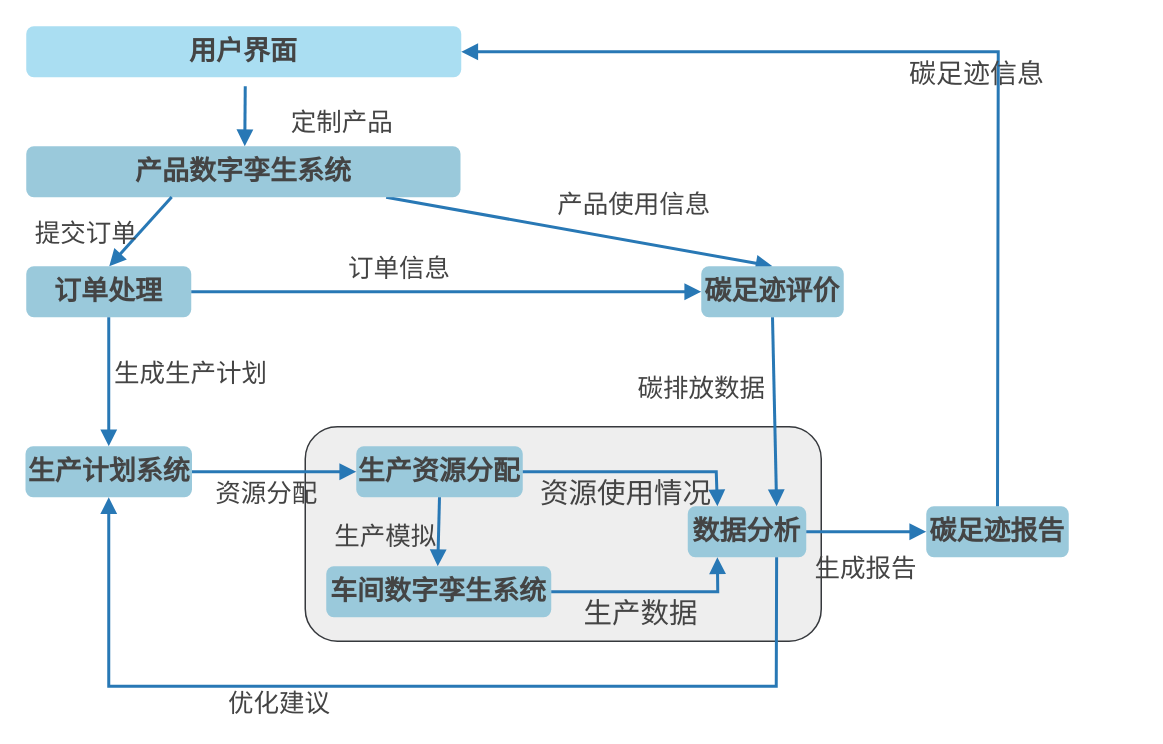
LFNing/General keeps this draw.io diagram as BB流程图.drawio. Above is the earlier version. Source tidied: cells renumbered, new cells numbered last; positions are measured from the earlier drawing's top-left corner, leaving out a move shared by most shapes. Both pictures are drawn from the tidied source at 150%, with x=0, y=0 at pixel (26, 26).
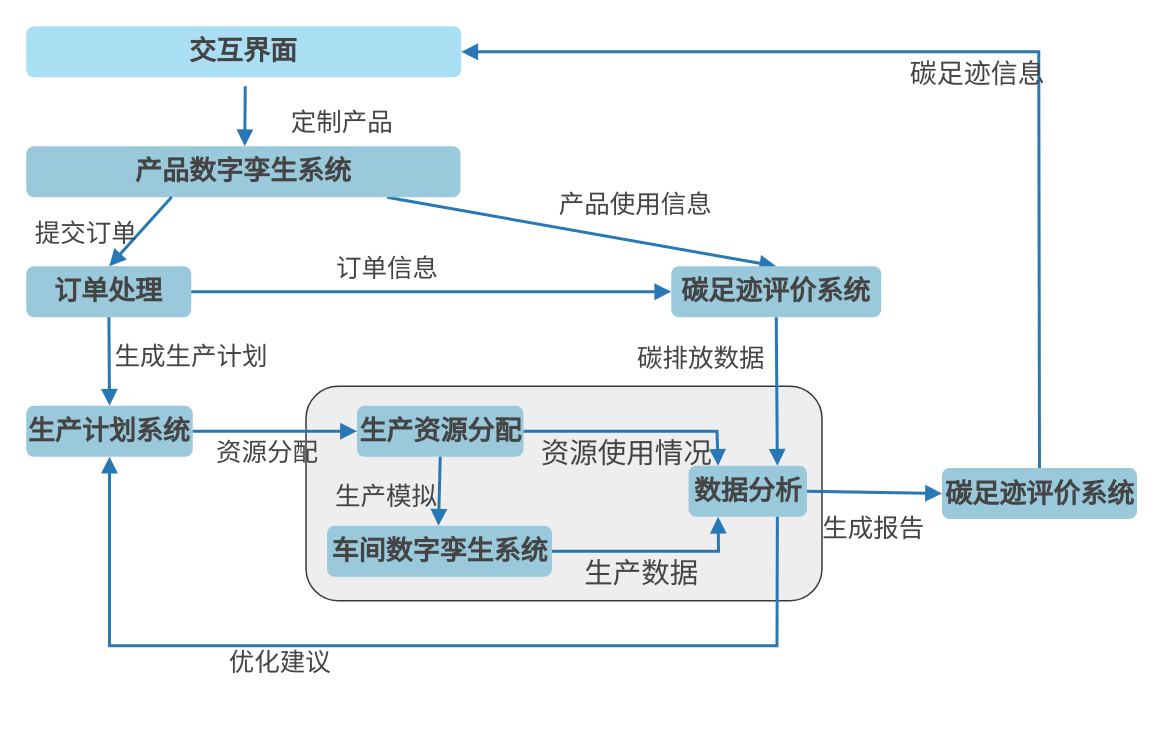
The same page after the edit.

Commit message:
更新BB流程图.drawio

Diff of the diagram source:
```diff
@@
     <mxCell id="2" style="rounded=1;whiteSpace=wrap;html=1;fontSize=16;fillColor=#eeeeee;strokeColor=#36393d;" parent="1" vertex="1">
-      <mxGeometry x="186" y="267" width="344" height="143" as="geometry" />
+      <mxGeometry x="186.5" y="240" width="344" height="143" as="geometry" />
     </mxCell>
-    <mxCell id="3" value="用户界面" style="whiteSpace=wrap;strokeWidth=1;fontSize=18;fontFamily=Times New Roman;rounded=1;fillColor=#AADEF2;strokeColor=none;fontColor=#444444;fontStyle=1;" parent="1" vertex="1">
+    <mxCell id="3" value="交互界面" style="whiteSpace=wrap;strokeWidth=1;fontSize=18;fontFamily=Times New Roman;rounded=1;fillColor=#AADEF2;strokeColor=none;fontColor=#444444;fontStyle=1;" parent="1" vertex="1">
       <mxGeometry width="290" height="34" as="geometry" />
     </mxCell>
@@
     <mxCell id="8" value="生产计划系统" style="whiteSpace=wrap;strokeWidth=1;fontSize=18;fontFamily=Times New Roman;fillColor=#9ac9db;strokeColor=none;rounded=1;fontColor=#444444;fontStyle=1;" parent="1" vertex="1">
-      <mxGeometry x="-0.5" y="280" width="111" height="34" as="geometry" />
+      <mxGeometry y="253" width="111" height="34" as="geometry" />
     </mxCell>
     <mxCell id="9" value="生产资源分配" style="whiteSpace=wrap;strokeWidth=1;fontSize=18;fontFamily=Times New Roman;fillColor=#9ac9db;strokeColor=none;rounded=1;fontColor=#444444;fontStyle=1;" parent="1" vertex="1">
-      <mxGeometry x="220" y="280" width="111" height="34" as="geometry" />
+      <mxGeometry x="220.5" y="253" width="111" height="34" as="geometry" />
     </mxCell>
     <mxCell id="10" value="车间数字孪生系统" style="whiteSpace=wrap;strokeWidth=1;fontSize=18;fontFamily=Times New Roman;fillColor=#9ac9db;strokeColor=none;rounded=1;fontColor=#444444;fontStyle=1;" parent="1" vertex="1">
-      <mxGeometry x="200" y="360" width="150" height="34" as="geometry" />
+      <mxGeometry x="200.5" y="333" width="150" height="34" as="geometry" />
     </mxCell>
-    <mxCell id="11" value="碳足迹评价" style="whiteSpace=wrap;strokeWidth=1;fontSize=18;fontFamily=Times New Roman;fillColor=#9ac9db;strokeColor=none;rounded=1;fontColor=#444444;fontStyle=1;" parent="1" vertex="1">
-      <mxGeometry x="450" y="160" width="95" height="34" as="geometry" />
+    <mxCell id="11" value="碳足迹评价系统" style="whiteSpace=wrap;strokeWidth=1;fontSize=18;fontFamily=Times New Roman;fillColor=#9ac9db;strokeColor=none;rounded=1;fontColor=#444444;fontStyle=1;" parent="1" vertex="1">
+      <mxGeometry x="430" y="160" width="140" height="34" as="geometry" />
     </mxCell>
     <mxCell id="12" value="数据分析" style="whiteSpace=wrap;strokeWidth=1;fontSize=18;fontFamily=Times New Roman;fillColor=#9ac9db;strokeColor=none;rounded=1;fontColor=#444444;fontStyle=1;" parent="1" vertex="1">
-      <mxGeometry x="441" y="320" width="79" height="34" as="geometry" />
+      <mxGeometry x="441.5" y="293" width="79" height="34" as="geometry" />
     </mxCell>
-    <mxCell id="13" value="碳足迹报告" style="whiteSpace=wrap;strokeWidth=1;fontSize=18;fontFamily=Times New Roman;fillColor=#9ac9db;strokeColor=none;rounded=1;fontColor=#444444;fontStyle=1;" parent="1" vertex="1">
-      <mxGeometry x="600" y="320" width="95" height="34" as="geometry" />
+    <mxCell id="13" value="碳足迹评价系统" style="whiteSpace=wrap;strokeWidth=1;fontSize=18;fontFamily=Times New Roman;fillColor=#9ac9db;strokeColor=none;rounded=1;fontColor=#444444;fontStyle=1;" parent="1" vertex="1">
+      <mxGeometry x="610.5" y="294.5" width="130" height="34" as="geometry" />
     </mxCell>
@@
     <mxCell id="20" value="碳排放数据" style="startArrow=none;endArrow=block;exitX=0.5;exitY=1;entryX=0.75;entryY=0;rounded=0;fontSize=17;entryDx=0;entryDy=0;exitDx=0;exitDy=0;fontFamily=Times New Roman;strokeColor=#2878b5;strokeWidth=2;fontColor=#444444;labelBackgroundColor=none;" parent="1" edge="1" source="11" target="12">
-      <mxGeometry x="-0.29" y="-48" relative="1" as="geometry" />
+      <mxGeometry x="-0.48" y="-50" relative="1" as="geometry" />
     </mxCell>
@@
     <mxCell id="22" value="碳足迹信息" style="startArrow=none;endArrow=block;exitX=0.5;exitY=0;entryX=1;entryY=0.5;rounded=0;fontSize=18;exitDx=0;exitDy=0;entryDx=0;entryDy=0;fontFamily=Times New Roman;strokeColor=#2878b5;strokeWidth=2;fontColor=#444444;labelBackgroundColor=none;" parent="1" edge="1" source="13" target="3">
       <mxGeometry x="-0.04" y="13" relative="1" as="geometry">
         <Array as="points">
-          <mxPoint x="648" y="17" />
+          <mxPoint x="675" y="17" />
         </Array>
       </mxGeometry>
     </mxCell>
     <mxCell id="23" value="资源使用情况" style="startArrow=none;endArrow=block;exitX=1;exitY=0.5;entryX=0.25;entryY=0;rounded=0;fontSize=19;entryDx=0;entryDy=0;exitDx=0;exitDy=0;fontFamily=Times New Roman;strokeColor=#2878b5;strokeWidth=2;fontColor=#444444;labelBackgroundColor=none;" parent="1" edge="1" source="9" target="12">
       <mxGeometry x="-0.09" y="-13" relative="1" as="geometry">
         <Array as="points">
-          <mxPoint x="460" y="297" />
+          <mxPoint x="460.5" y="270" />
         </Array>
       </mxGeometry>
     </mxCell>
     <mxCell id="24" value="生产数据" style="startArrow=none;endArrow=block;exitX=1;exitY=0.5;entryX=0.25;entryY=1;rounded=0;fontSize=19;entryDx=0;entryDy=0;exitDx=0;exitDy=0;fontFamily=Times New Roman;strokeColor=#2878b5;strokeWidth=2;fontColor=#444444;labelBackgroundColor=none;" parent="1" edge="1" source="10" target="12">
       <mxGeometry x="-0.1" y="-13" relative="1" as="geometry">
         <Array as="points">
-          <mxPoint x="461" y="377" />
+          <mxPoint x="461.5" y="350" />
         </Array>
       </mxGeometry>
     </mxCell>
     <mxCell id="25" value="优化建议" style="startArrow=none;endArrow=block;entryX=0.5;entryY=1;rounded=0;fontSize=17;entryDx=0;entryDy=0;exitX=0.75;exitY=1;exitDx=0;exitDy=0;fontFamily=Times New Roman;strokeColor=#2878b5;strokeWidth=2;fontColor=#444444;labelBackgroundColor=none;" parent="1" edge="1" source="12" target="8">
       <mxGeometry x="0.27" y="10" relative="1" as="geometry">
         <Array as="points">
-          <mxPoint x="500" y="440" />
-          <mxPoint x="55" y="440" />
+          <mxPoint x="500.5" y="413" />
+          <mxPoint x="55.5" y="413" />
         </Array>
       </mxGeometry>
     </mxCell>
```
